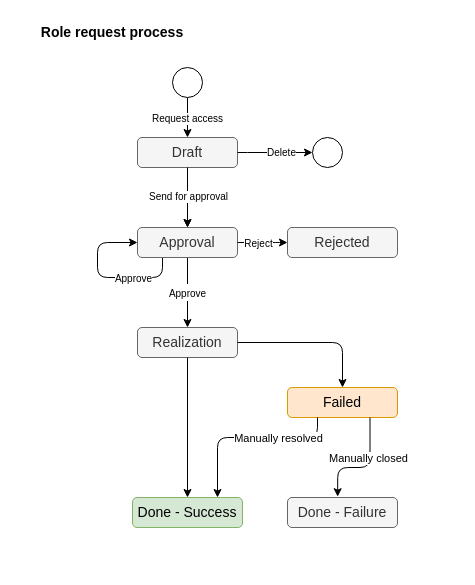
Evolveum/docs keeps this draw.io diagram as page "role-request" (4 of 11) of midpoint/devel/iga/iga-schemas.drawio. Above is the earlier version. Source tidied: cells renumbered, new cells numbered last; positions are measured from the earlier drawing's top-left corner, leaving out a move shared by most shapes. Both pictures are drawn from the tidied source at 100%, with x=0, y=0 at pixel (17, 17).
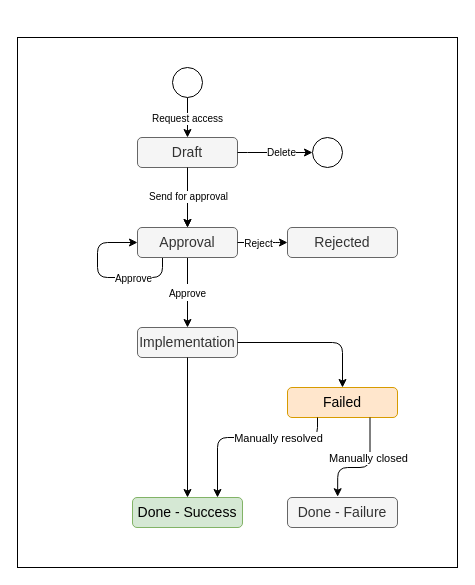
After the change.

Commit message (it also covers changes not shown here):
IGA design: Access request process

The edit, as a diff of the source:
```diff
@@
-    <mxCell id="4" value="Realization" style="rounded=1;whiteSpace=wrap;html=1;fontSize=14;fillColor=#f5f5f5;fontColor=#333333;strokeColor=#666666;" parent="1" vertex="1">
+    <mxCell id="4" value="Implementation" style="rounded=1;whiteSpace=wrap;html=1;fontSize=14;fillColor=#f5f5f5;fontColor=#333333;strokeColor=#666666;" parent="1" vertex="1">
       <mxGeometry x="120" y="310" width="100" height="30" as="geometry" />
     </mxCell>
-    <mxCell id="5" value="Role request process" style="text;html=1;strokeColor=none;fillColor=none;align=center;verticalAlign=middle;whiteSpace=wrap;rounded=0;fontSize=14;fontStyle=1;" parent="1" vertex="1">
-      <mxGeometry width="190" height="30" as="geometry" />
-    </mxCell>
@@
+    <mxCell id="31" style="rounded=0;whiteSpace=wrap;html=1;labelBackgroundColor=none;strokeColor=#000000;strokeWidth=1;fillColor=none;gradientColor=#B3B3B3;" parent="1" vertex="1">
+      <mxGeometry y="20" width="440" height="530" as="geometry" />
+    </mxCell>
```
